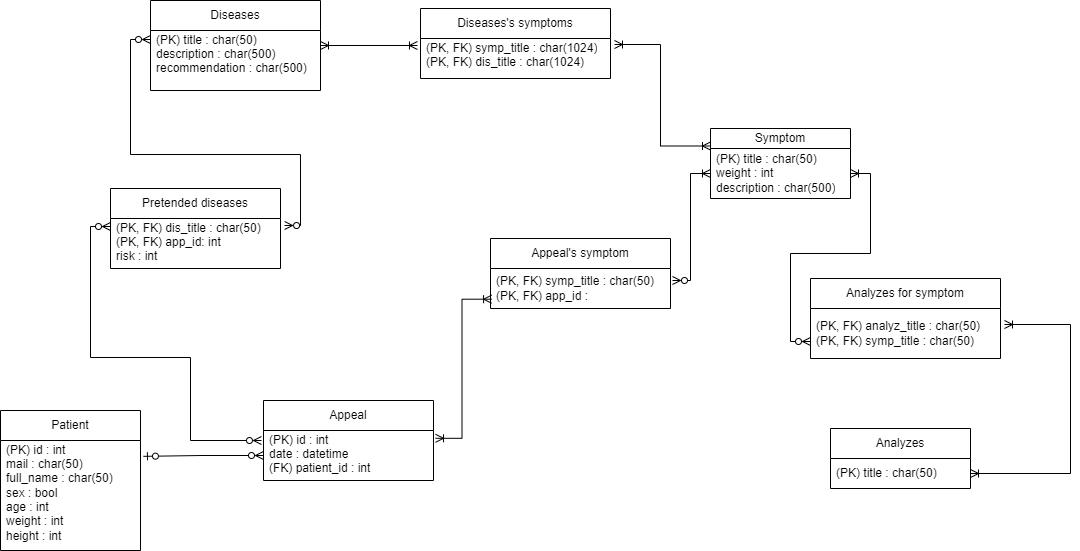
The draw.io diagram assets/er_sql.png in moevm/nosql2h24-diseases, before a commit. Source tidied: cells renumbered, new cells last; positions are measured from the earlier drawing's top-left corner, leaving out a move shared by most shapes.
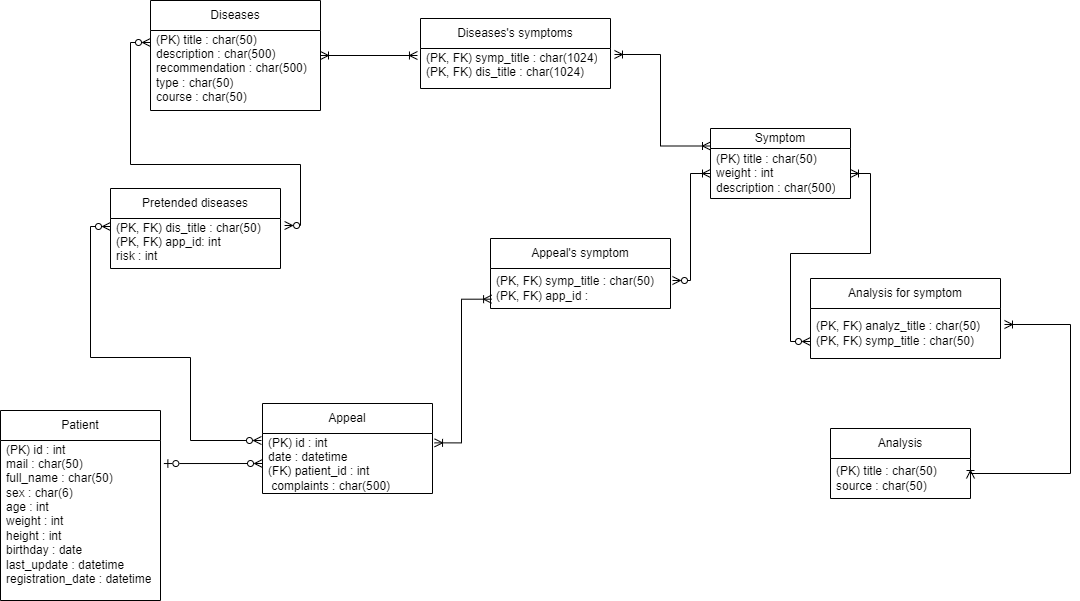
The same file after the commit.

Commit message:
SQL model update assets

Change to the diagram source:
```diff
@@ -3,10 +3,10 @@
     <mxCell id="0" />
     <mxCell id="1" parent="0" />
     <mxCell id="2" value="Patient" style="swimlane;fontStyle=0;horizontal=1;startSize=30;whiteSpace=wrap;html=1;" parent="1" vertex="1">
-      <mxGeometry y="410" width="140" height="140" as="geometry" />
+      <mxGeometry y="410" width="160" height="190" as="geometry" />
     </mxCell>
-    <mxCell id="3" value="&lt;div&gt;&lt;span style=&quot;background-color: initial;&quot;&gt;(PK) id : int&lt;/span&gt;&lt;br&gt;&lt;/div&gt;mail : char(50)&amp;nbsp;&lt;div&gt;full_name : char(50)&lt;/div&gt;&lt;div&gt;sex : bool&lt;/div&gt;&lt;div&gt;age : int&lt;/div&gt;&lt;div&gt;weight : int&lt;/div&gt;&lt;div&gt;height : int&amp;nbsp;&lt;/div&gt;&lt;div&gt;&lt;div&gt;&lt;br&gt;&lt;/div&gt;&lt;/div&gt;" style="text;strokeColor=none;fillColor=none;align=left;verticalAlign=middle;spacingLeft=4;spacingRight=4;overflow=hidden;points=[[0,0.5],[1,0.5]];portConstraint=eastwest;whiteSpace=wrap;html=1;" parent="2" vertex="1">
-      <mxGeometry y="30" width="140" height="110" as="geometry" />
+    <mxCell id="3" value="&lt;div&gt;&lt;span style=&quot;background-color: initial;&quot;&gt;(PK) id : int&lt;/span&gt;&lt;br&gt;&lt;/div&gt;mail : char(50)&amp;nbsp;&lt;div&gt;full_name : char(50)&lt;/div&gt;&lt;div&gt;sex : char(6)&lt;/div&gt;&lt;div&gt;age : int&lt;/div&gt;&lt;div&gt;weight : int&lt;/div&gt;&lt;div&gt;height : int&amp;nbsp;&lt;/div&gt;&lt;div&gt;birthday : date&lt;/div&gt;&lt;div&gt;last_update : datetime&lt;/div&gt;&lt;div&gt;registration_date : datetime&lt;/div&gt;&lt;div&gt;&lt;div&gt;&lt;br&gt;&lt;/div&gt;&lt;/div&gt;" style="text;strokeColor=none;fillColor=none;align=left;verticalAlign=middle;spacingLeft=4;spacingRight=4;overflow=hidden;points=[[0,0.5],[1,0.5]];portConstraint=eastwest;whiteSpace=wrap;html=1;" parent="2" vertex="1">
+      <mxGeometry y="30" width="160" height="160" as="geometry" />
     </mxCell>
     <mxCell id="4" value="Symptom" style="swimlane;fontStyle=0;horizontal=1;startSize=20;whiteSpace=wrap;html=1;" parent="1" vertex="1">
       <mxGeometry x="710" y="128" width="140" height="70" as="geometry" />
@@ -15,22 +15,22 @@
       <mxGeometry y="20" width="140" height="50" as="geometry" />
     </mxCell>
     <mxCell id="6" value="Diseases" style="swimlane;fontStyle=0;horizontal=1;startSize=30;whiteSpace=wrap;html=1;" parent="1" vertex="1">
-      <mxGeometry x="150" width="170" height="90" as="geometry" />
+      <mxGeometry x="150" width="170" height="110" as="geometry" />
     </mxCell>
-    <mxCell id="7" value="(PK) title : char(50)&lt;div&gt;description : char(500)&lt;/div&gt;&lt;div&gt;recommendation : char(500)&amp;nbsp;&lt;/div&gt;&lt;div&gt;&lt;div&gt;&amp;nbsp;&lt;/div&gt;&lt;/div&gt;" style="text;strokeColor=none;fillColor=none;align=left;verticalAlign=middle;spacingLeft=4;spacingRight=4;overflow=hidden;points=[[0,0.5],[1,0.5]];portConstraint=eastwest;whiteSpace=wrap;html=1;" parent="6" vertex="1">
-      <mxGeometry y="30" width="170" height="60" as="geometry" />
+    <mxCell id="7" value="(PK) title : char(50)&lt;div&gt;description : char(500)&lt;/div&gt;&lt;div&gt;recommendation : char(500)&lt;/div&gt;&lt;div&gt;type : char(50)&lt;/div&gt;&lt;div&gt;course : char(50)&amp;nbsp;&amp;nbsp;&lt;/div&gt;&lt;div&gt;&lt;div&gt;&amp;nbsp;&lt;/div&gt;&lt;/div&gt;" style="text;strokeColor=none;fillColor=none;align=left;verticalAlign=middle;spacingLeft=4;spacingRight=4;overflow=hidden;points=[[0,0.5],[1,0.5]];portConstraint=eastwest;whiteSpace=wrap;html=1;" parent="6" vertex="1">
+      <mxGeometry y="30" width="170" height="80" as="geometry" />
     </mxCell>
     <mxCell id="8" value="Appeal" style="swimlane;fontStyle=0;horizontal=1;startSize=30;whiteSpace=wrap;html=1;" parent="1" vertex="1">
-      <mxGeometry x="263" y="400" width="170" height="80" as="geometry" />
+      <mxGeometry x="262" y="403" width="170" height="90" as="geometry" />
     </mxCell>
-    <mxCell id="9" value="(PK) id : int&amp;nbsp;&lt;div&gt;date : datetime&lt;/div&gt;&lt;div&gt;(FK) patient_id : int&amp;nbsp;&lt;/div&gt;&lt;div&gt;&amp;nbsp;&lt;br&gt;&lt;div&gt;&lt;br&gt;&lt;/div&gt;&lt;/div&gt;" style="text;strokeColor=none;fillColor=none;align=left;verticalAlign=middle;spacingLeft=4;spacingRight=4;overflow=hidden;points=[[0,0.5],[1,0.5]];portConstraint=eastwest;whiteSpace=wrap;html=1;" parent="8" vertex="1">
-      <mxGeometry y="30" width="170" height="50" as="geometry" />
+    <mxCell id="9" value="(PK) id : int&amp;nbsp;&lt;div&gt;date : datetime&lt;/div&gt;&lt;div&gt;(FK) patient_id : int&amp;nbsp;&lt;/div&gt;&lt;div&gt;&amp;nbsp;complaints : char(500)&amp;nbsp;&lt;br&gt;&lt;div&gt;&lt;br&gt;&lt;/div&gt;&lt;/div&gt;" style="text;strokeColor=none;fillColor=none;align=left;verticalAlign=middle;spacingLeft=4;spacingRight=4;overflow=hidden;points=[[0,0.5],[1,0.5]];portConstraint=eastwest;whiteSpace=wrap;html=1;" parent="8" vertex="1">
+      <mxGeometry y="30" width="170" height="60" as="geometry" />
     </mxCell>
-    <mxCell id="10" value="Analyzes" style="swimlane;fontStyle=0;horizontal=1;startSize=30;whiteSpace=wrap;html=1;" parent="1" vertex="1">
-      <mxGeometry x="830" y="428" width="140" height="60" as="geometry" />
+    <mxCell id="10" value="Analysis" style="swimlane;fontStyle=0;horizontal=1;startSize=30;whiteSpace=wrap;html=1;" parent="1" vertex="1">
+      <mxGeometry x="830" y="428" width="140" height="70" as="geometry" />
     </mxCell>
-    <mxCell id="11" value="(PK) title : char(50)&lt;span style=&quot;background-color: initial;&quot;&gt;&amp;nbsp;&lt;/span&gt;" style="text;strokeColor=none;fillColor=none;align=left;verticalAlign=middle;spacingLeft=4;spacingRight=4;overflow=hidden;points=[[0,0.5],[1,0.5]];portConstraint=eastwest;whiteSpace=wrap;html=1;" parent="10" vertex="1">
-      <mxGeometry y="30" width="140" height="30" as="geometry" />
+    <mxCell id="11" value="(PK) title : char(50)&lt;div&gt;&lt;span style=&quot;background-color: initial;&quot;&gt;source : char(50)&amp;nbsp;&amp;nbsp;&lt;/span&gt;&lt;/div&gt;" style="text;strokeColor=none;fillColor=none;align=left;verticalAlign=middle;spacingLeft=4;spacingRight=4;overflow=hidden;points=[[0,0.5],[1,0.5]];portConstraint=eastwest;whiteSpace=wrap;html=1;" parent="10" vertex="1">
+      <mxGeometry y="30" width="140" height="40" as="geometry" />
     </mxCell>
     <mxCell id="12" style="edgeStyle=orthogonalEdgeStyle;rounded=0;jettySize=auto;html=1;exitX=0;exitY=0.5;exitDx=0;exitDy=0;startArrow=ERzeroToMany;startFill=0;endArrow=ERzeroToOne;endFill=0;entryX=1.021;entryY=0.144;entryDx=0;entryDy=0;entryPerimeter=0;" parent="1" edge="1" source="9" target="3">
       <mxGeometry relative="1" as="geometry" />
@@ -47,7 +47,7 @@
     <mxCell id="16" style="edgeStyle=orthogonalEdgeStyle;rounded=0;jettySize=auto;html=1;entryX=0;entryY=0.5;entryDx=0;entryDy=0;exitX=1.011;exitY=0.3;exitDx=0;exitDy=0;exitPerimeter=0;endArrow=ERoneToMany;endFill=0;startArrow=ERzeroToMany;startFill=0;" parent="1" edge="1" source="14" target="5">
       <mxGeometry relative="1" as="geometry" />
     </mxCell>
-    <mxCell id="17" value="Analyzes for symptom" style="swimlane;fontStyle=0;horizontal=1;startSize=30;whiteSpace=wrap;html=1;" parent="1" vertex="1">
+    <mxCell id="17" value="Analysis for symptom" style="swimlane;fontStyle=0;horizontal=1;startSize=30;whiteSpace=wrap;html=1;" parent="1" vertex="1">
       <mxGeometry x="810" y="278" width="190" height="80" as="geometry" />
     </mxCell>
     <mxCell id="18" value="(PK, FK) analyz_title : char(50)&lt;div&gt;&lt;span style=&quot;background-color: initial;&quot;&gt;(PK, FK) symp_title : char(50)&amp;nbsp;&lt;/span&gt;&lt;/div&gt;" style="text;strokeColor=none;fillColor=none;align=left;verticalAlign=middle;spacingLeft=4;spacingRight=4;overflow=hidden;points=[[0,0.5],[1,0.5]];portConstraint=eastwest;whiteSpace=wrap;html=1;" parent="17" vertex="1">
@@ -65,7 +65,7 @@
       <mxGeometry relative="1" as="geometry" />
     </mxCell>
     <mxCell id="21" value="Diseases's symptoms" style="swimlane;fontStyle=0;horizontal=1;startSize=30;whiteSpace=wrap;html=1;" parent="1" vertex="1">
-      <mxGeometry x="420" y="8" width="190" height="70" as="geometry" />
+      <mxGeometry x="420" y="18" width="190" height="70" as="geometry" />
     </mxCell>
     <mxCell id="22" value="(PK, FK) symp_title : char(1024)&lt;div&gt;(PK, FK) dis_title : char(1024)&lt;br&gt;&lt;div&gt;&lt;span style=&quot;background-color: initial;&quot;&gt;&amp;nbsp;&lt;/span&gt;&lt;br&gt;&lt;/div&gt;&lt;div&gt;&lt;div&gt;&amp;nbsp;&lt;/div&gt;&lt;/div&gt;&lt;/div&gt;" style="text;strokeColor=none;fillColor=none;align=left;verticalAlign=middle;spacingLeft=4;spacingRight=4;overflow=hidden;points=[[0,0.5],[1,0.5]];portConstraint=eastwest;whiteSpace=wrap;html=1;" parent="21" vertex="1">
       <mxGeometry y="30" width="190" height="40" as="geometry" />
```
